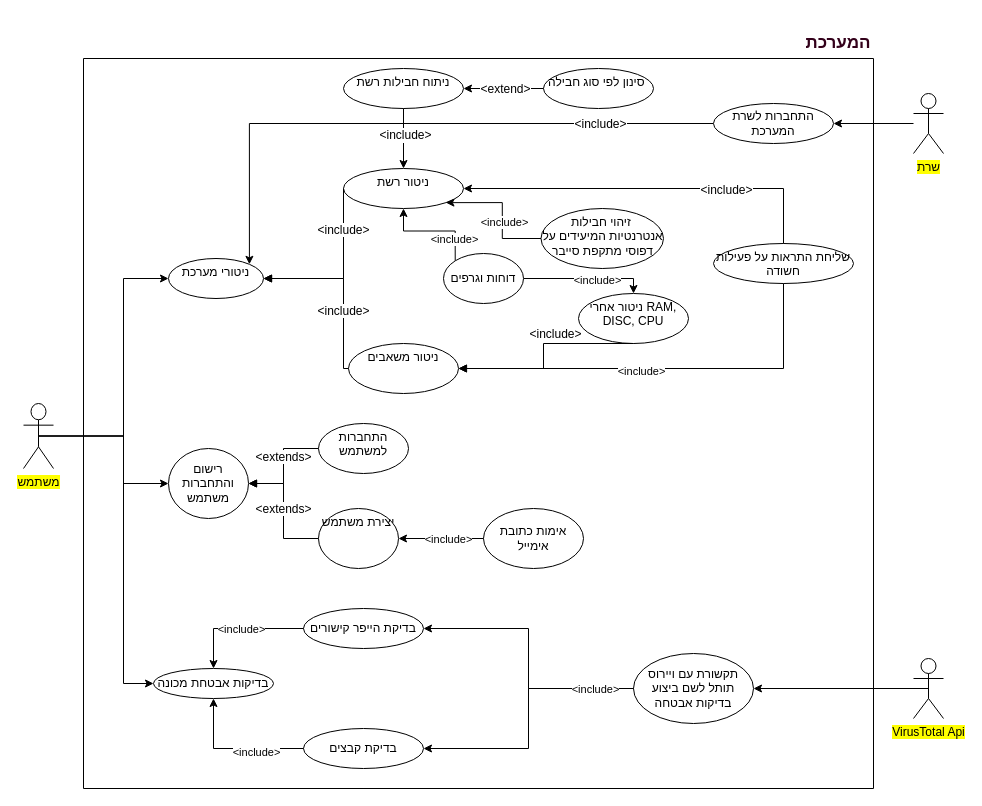
EyasSh/WiresharkClone keeps this draw.io diagram as הפרוייקט/use case1 Diagram.drawio. Above is the earlier version. Source tidied: cells renumbered, new cells numbered last; positions are measured from the earlier drawing's top-left corner, leaving out a move shared by most shapes. Both pictures are drawn from the tidied source at 100%, with x=0, y=0 at pixel (23, 28).
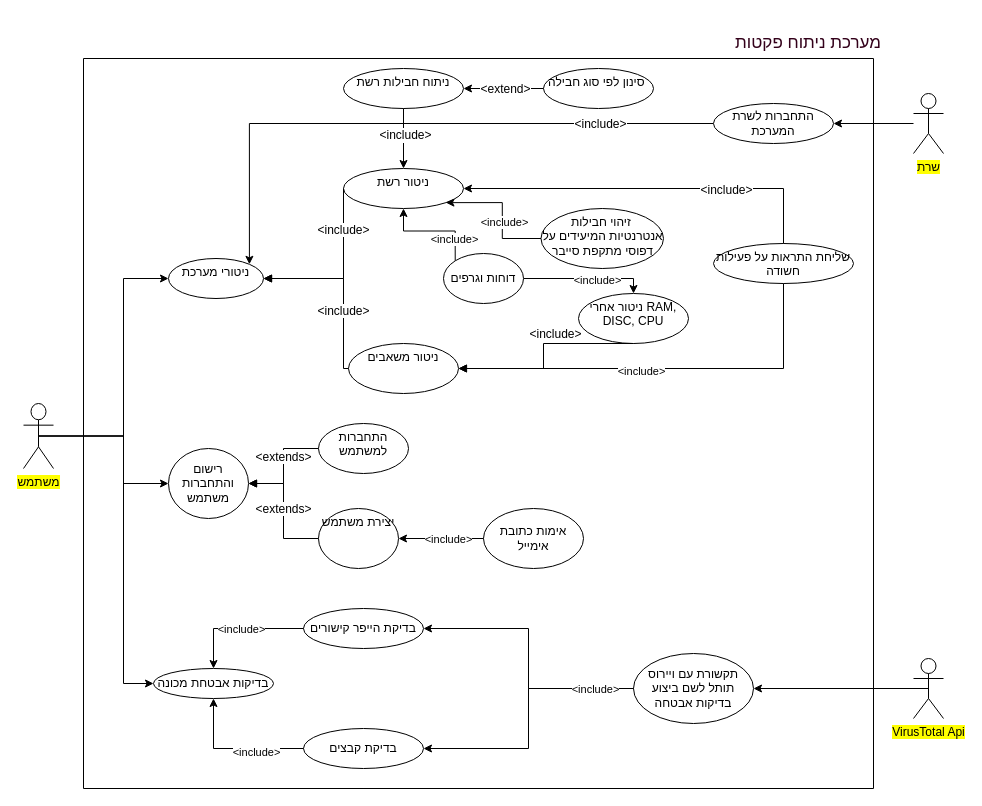
After the change.

What changed in the source:
```diff
@@
-    <mxCell id="3" value="&lt;h4&gt;&lt;font style=&quot;font-size: 17px;&quot; face=&quot;DAVID&quot;&gt;המערכת&lt;/font&gt;&lt;/h4&gt;" style="text;html=1;align=center;verticalAlign=middle;whiteSpace=wrap;rounded=0;fontColor=#33001A;" parent="1" vertex="1">
-      <mxGeometry x="770" width="90" height="30" as="geometry" />
+    <mxCell id="3" value="&lt;font face=&quot;DAVID&quot;&gt;&lt;span style=&quot;font-size: 17px;&quot;&gt;מערכת ניתוח פקטות&lt;/span&gt;&lt;/font&gt;" style="text;html=1;align=center;verticalAlign=middle;whiteSpace=wrap;rounded=0;fontColor=#33001A;" parent="1" vertex="1">
+      <mxGeometry x="710" width="150" height="30" as="geometry" />
     </mxCell>
```
